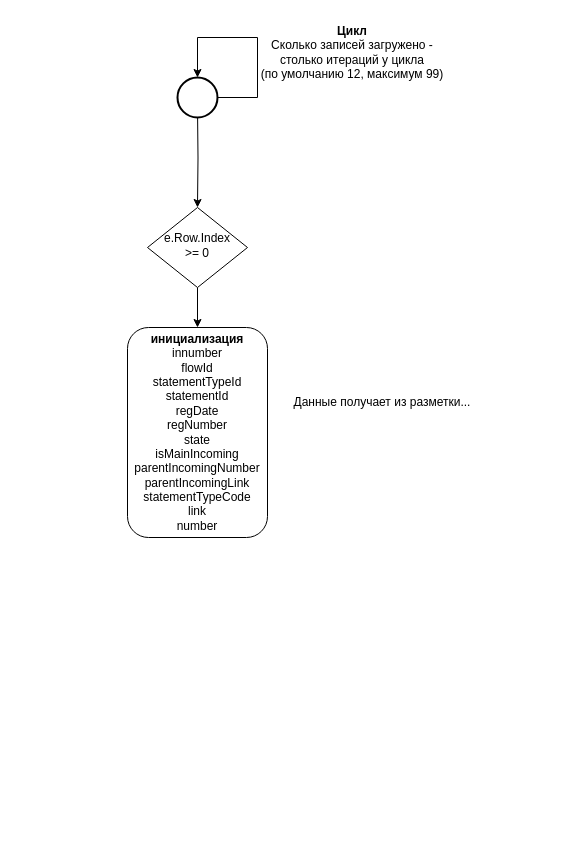
Before: portal/StatementIncomings.aspx/StatementIncomings__RowDataBound().drawio in davyd0ff/so-line-grls, a draw.io diagram. Source tidied: cells renumbered, new cells numbered last; positions are measured from the earlier drawing's top-left corner, leaving out a move shared by most shapes. Both pictures are drawn from the tidied source at 100%, with x=0, y=0 at pixel (127, 17).
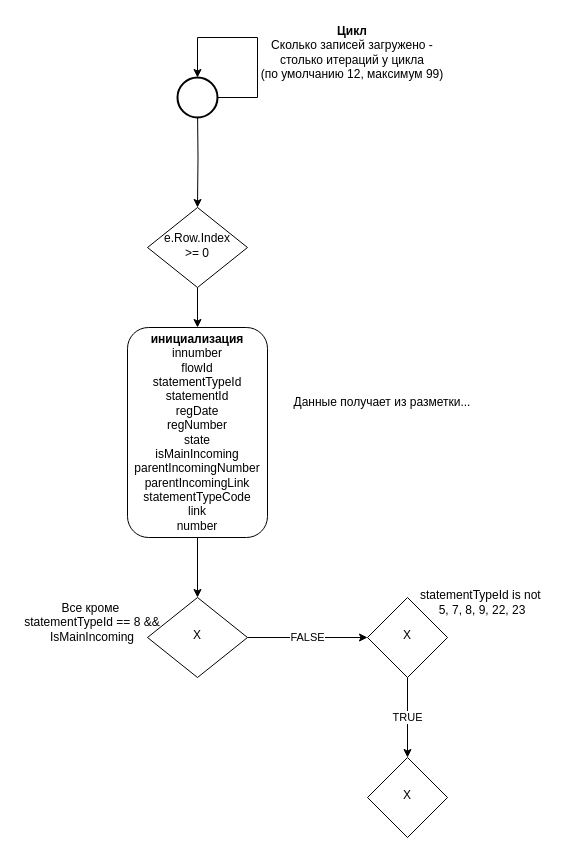
The same page after the edit.

Unchanged cells that the change refers to:
```xml
<mxCell id="4" value="&lt;b&gt;инициализация&lt;br&gt;&lt;/b&gt;innumber&lt;br&gt;flowId&lt;br&gt;statementTypeId&lt;br&gt;statementId&lt;br&gt;regDate&lt;br&gt;regNumber&lt;br&gt;state&lt;br&gt;isMainIncoming&lt;br&gt;parentIncomingNumber&lt;br&gt;parentIncomingLink&lt;br&gt;statementTypeCode&lt;br&gt;link&lt;br&gt;number" style="rounded=1;whiteSpace=wrap;html=1;fontSize=12;glass=0;strokeWidth=1;shadow=0;" parent="1" vertex="1">
  <mxGeometry y="310" width="140" height="210" as="geometry" />
</mxCell>
```

Change to the diagram source:
```diff
@@
+    <mxCell id="10" style="edgeStyle=orthogonalEdgeStyle;rounded=0;jettySize=auto;html=1;" parent="1" edge="1" source="4" target="12">
+      <mxGeometry relative="1" as="geometry" />
+    </mxCell>
@@
+    <mxCell id="11" value="FALSE" style="edgeStyle=orthogonalEdgeStyle;rounded=0;jettySize=auto;html=1;" parent="1" edge="1" source="12" target="15">
+      <mxGeometry relative="1" as="geometry" />
+    </mxCell>
+    <mxCell id="12" value="Х" style="rhombus;whiteSpace=wrap;html=1;shadow=0;fontFamily=Helvetica;fontSize=12;align=center;strokeWidth=1;spacing=6;spacingTop=-4;" parent="1" vertex="1">
+      <mxGeometry x="20" y="580" width="100" height="80" as="geometry" />
+    </mxCell>
+    <mxCell id="13" value="Все кроме&amp;nbsp;&lt;br&gt;statementTypeId == 8 &amp;amp;&amp;amp; IsMainIncoming" style="text;html=1;strokeColor=none;fillColor=none;align=center;verticalAlign=middle;whiteSpace=wrap;rounded=0;" parent="1" vertex="1">
+      <mxGeometry x="-110" y="580" width="150" height="50" as="geometry" />
+    </mxCell>
+    <mxCell id="14" value="TRUE" style="edgeStyle=orthogonalEdgeStyle;rounded=0;jettySize=auto;html=1;" parent="1" edge="1" source="15" target="17">
+      <mxGeometry relative="1" as="geometry" />
+    </mxCell>
+    <mxCell id="15" value="X" style="rhombus;whiteSpace=wrap;html=1;shadow=0;strokeWidth=1;spacing=6;spacingTop=-4;" parent="1" vertex="1">
+      <mxGeometry x="240" y="580" width="80" height="80" as="geometry" />
+    </mxCell>
+    <mxCell id="16" value="statementTypeId is not&amp;nbsp;&lt;br&gt;5, 7, 8, 9, 22, 23" style="text;html=1;strokeColor=none;fillColor=none;align=center;verticalAlign=middle;whiteSpace=wrap;rounded=0;" parent="1" vertex="1">
+      <mxGeometry x="280" y="560" width="150" height="50" as="geometry" />
+    </mxCell>
+    <mxCell id="17" value="X" style="rhombus;whiteSpace=wrap;html=1;shadow=0;strokeWidth=1;spacing=6;spacingTop=-4;" parent="1" vertex="1">
+      <mxGeometry x="240" y="740" width="80" height="80" as="geometry" />
+    </mxCell>
```
